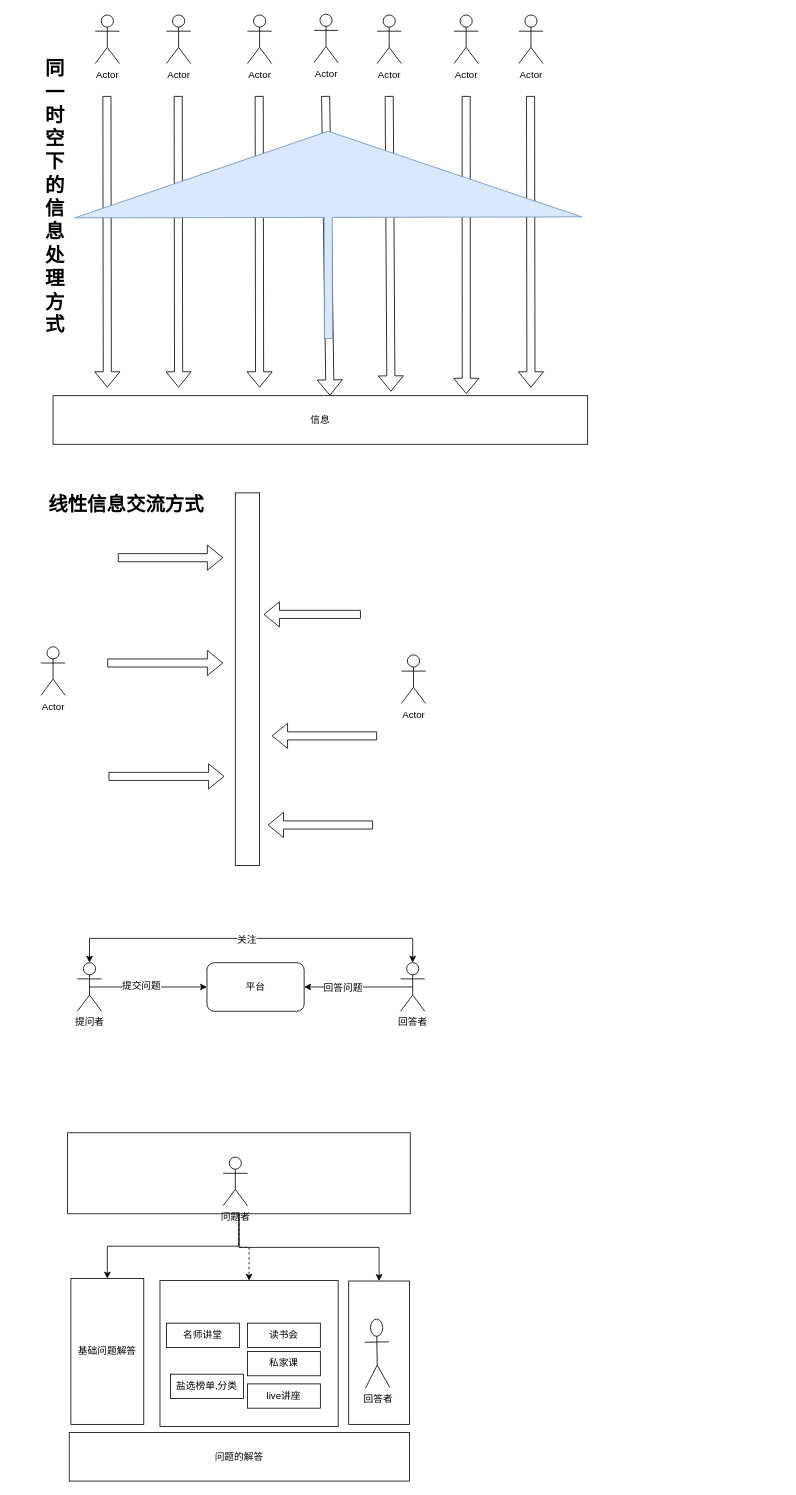
Earlier version of the draw.io diagram page "信息交互流程" (6 of 6) of snail_process.drawio (cpu6660/knight). Source tidied: cells renumbered, new cells numbered last; positions are measured from the earlier drawing's top-left corner, leaving out a move shared by most shapes. Both pictures are drawn from the tidied source at 81%, with x=0, y=0 at pixel (14, 14).
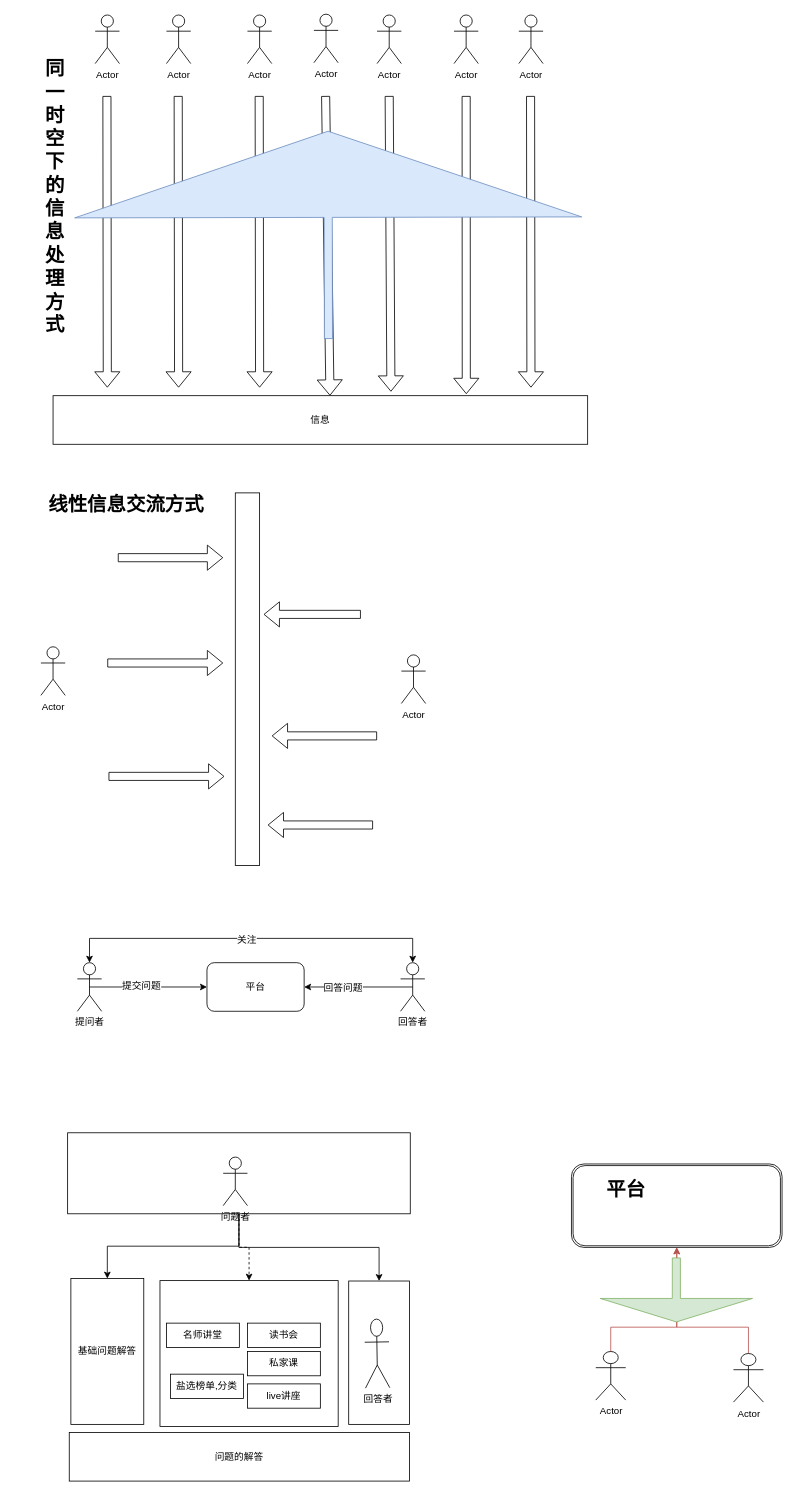
Above is the later version.

The edit, as a diff of the source:
```diff
@@
+    <mxCell id="53" style="shape=ext;double=1;rounded=1;whiteSpace=wrap;html=1;shadow=0;startSize=20;fillColor=none;" parent="1" vertex="1">
+      <mxGeometry x="688" y="1419.5" width="260" height="103" as="geometry" />
+    </mxCell>
+    <mxCell id="54" style="edgeStyle=orthogonalEdgeStyle;rounded=0;jumpStyle=sharp;jumpSize=10;jettySize=auto;html=1;exitX=0.5;exitY=0;exitDx=0;exitDy=0;exitPerimeter=0;entryX=0.5;entryY=1;entryDx=0;entryDy=0;startArrow=none;startFill=0;fillColor=#f8cecc;strokeColor=#b85450;" parent="1" edge="1" source="55" target="53">
+      <mxGeometry relative="1" as="geometry">
+        <Array as="points">
+          <mxPoint x="737" y="1621" />
+          <mxPoint x="818" y="1621" />
+        </Array>
+      </mxGeometry>
+    </mxCell>
+    <mxCell id="55" value="Actor" style="shape=umlActor;verticalLabelPosition=bottom;labelBackgroundColor=#ffffff;verticalAlign=top;html=1;outlineConnect=0;rounded=0;shadow=0;startSize=20;fillColor=none;" parent="1" vertex="1">
+      <mxGeometry x="718" y="1651" width="37" height="60" as="geometry" />
+    </mxCell>
+    <mxCell id="56" style="edgeStyle=orthogonalEdgeStyle;rounded=0;jumpStyle=sharp;jumpSize=10;jettySize=auto;html=1;exitX=0.5;exitY=0;exitDx=0;exitDy=0;exitPerimeter=0;entryX=0.5;entryY=1;entryDx=0;entryDy=0;startArrow=none;startFill=0;fillColor=#f8cecc;strokeColor=#b85450;" parent="1" edge="1" source="57" target="53">
+      <mxGeometry relative="1" as="geometry">
+        <Array as="points">
+          <mxPoint x="907" y="1621" />
+          <mxPoint x="818" y="1621" />
+        </Array>
+      </mxGeometry>
+    </mxCell>
+    <mxCell id="57" value="Actor" style="shape=umlActor;verticalLabelPosition=bottom;labelBackgroundColor=#ffffff;verticalAlign=top;html=1;outlineConnect=0;rounded=0;shadow=0;startSize=20;fillColor=none;" parent="1" vertex="1">
+      <mxGeometry x="888" y="1653.5" width="37" height="60" as="geometry" />
+    </mxCell>
+    <mxCell id="58" style="shape=flexArrow;endArrow=classic;html=1;endWidth=177;endSize=9.33;fillColor=#d5e8d4;strokeColor=#82b366;" parent="1" edge="1">
+      <mxGeometry relative="1" as="geometry">
+        <mxPoint x="817.5" y="1535" as="sourcePoint" />
+        <mxPoint x="817.5" y="1615" as="targetPoint" />
+      </mxGeometry>
+    </mxCell>
+    <mxCell id="59" value="平台" style="text;strokeColor=none;fillColor=none;html=1;fontSize=24;fontStyle=1;verticalAlign=middle;align=center;rounded=0;shadow=0;startSize=20;" parent="1" vertex="1">
+      <mxGeometry x="705" y="1431" width="100" height="40" as="geometry" />
+    </mxCell>
```
